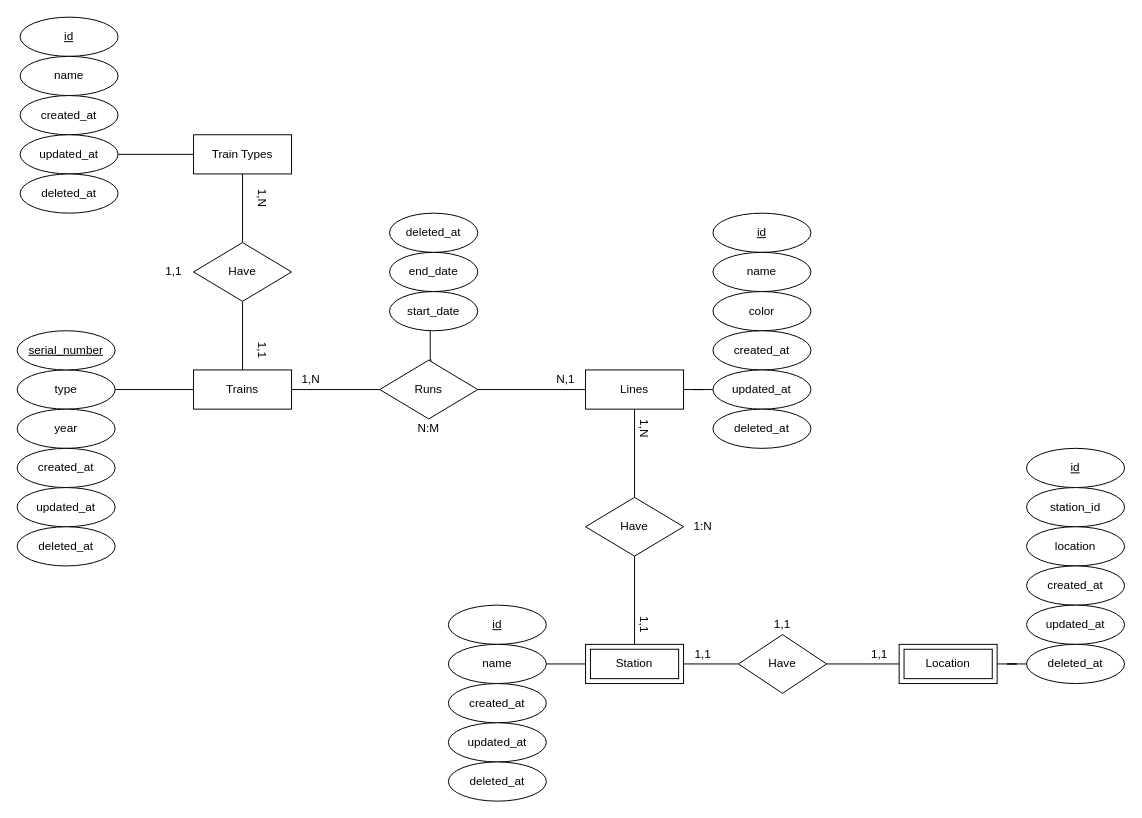
This is docs/draw-io/diagrama-conceptual.drawio from JuanGomez31/metro-mariadb, a draw.io file, before an edit. Source tidied: cells renumbered, new cells numbered last; positions are measured from the earlier drawing's top-left corner, leaving out a move shared by most shapes. Both pictures are drawn from the tidied source at 98%, with x=0, y=0 at pixel (17, 17).
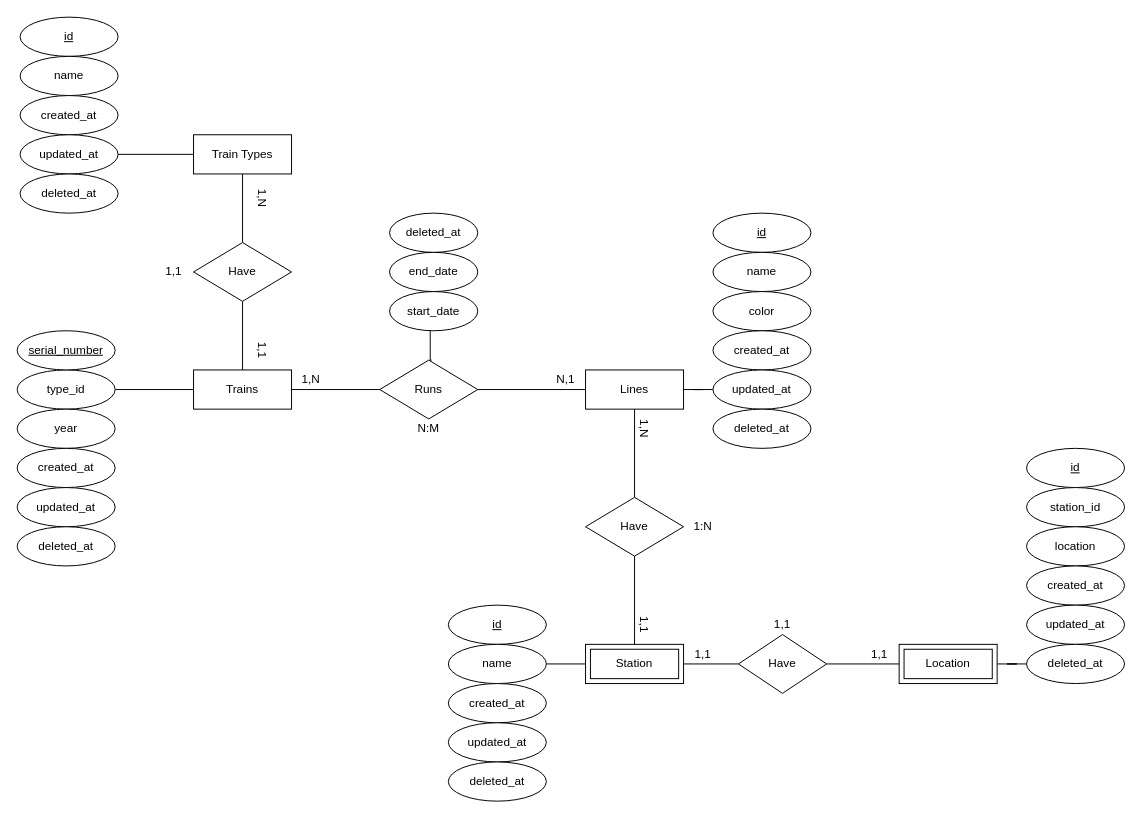
After the change.

What changed in the source:
```diff
@@
-    <mxCell id="5" value="type" style="ellipse;whiteSpace=wrap;html=1;align=center;" parent="1" vertex="1">
+    <mxCell id="5" value="type_id" style="ellipse;whiteSpace=wrap;html=1;align=center;" parent="1" vertex="1">
       <mxGeometry y="360" width="100" height="40" as="geometry" />
     </mxCell>
```
